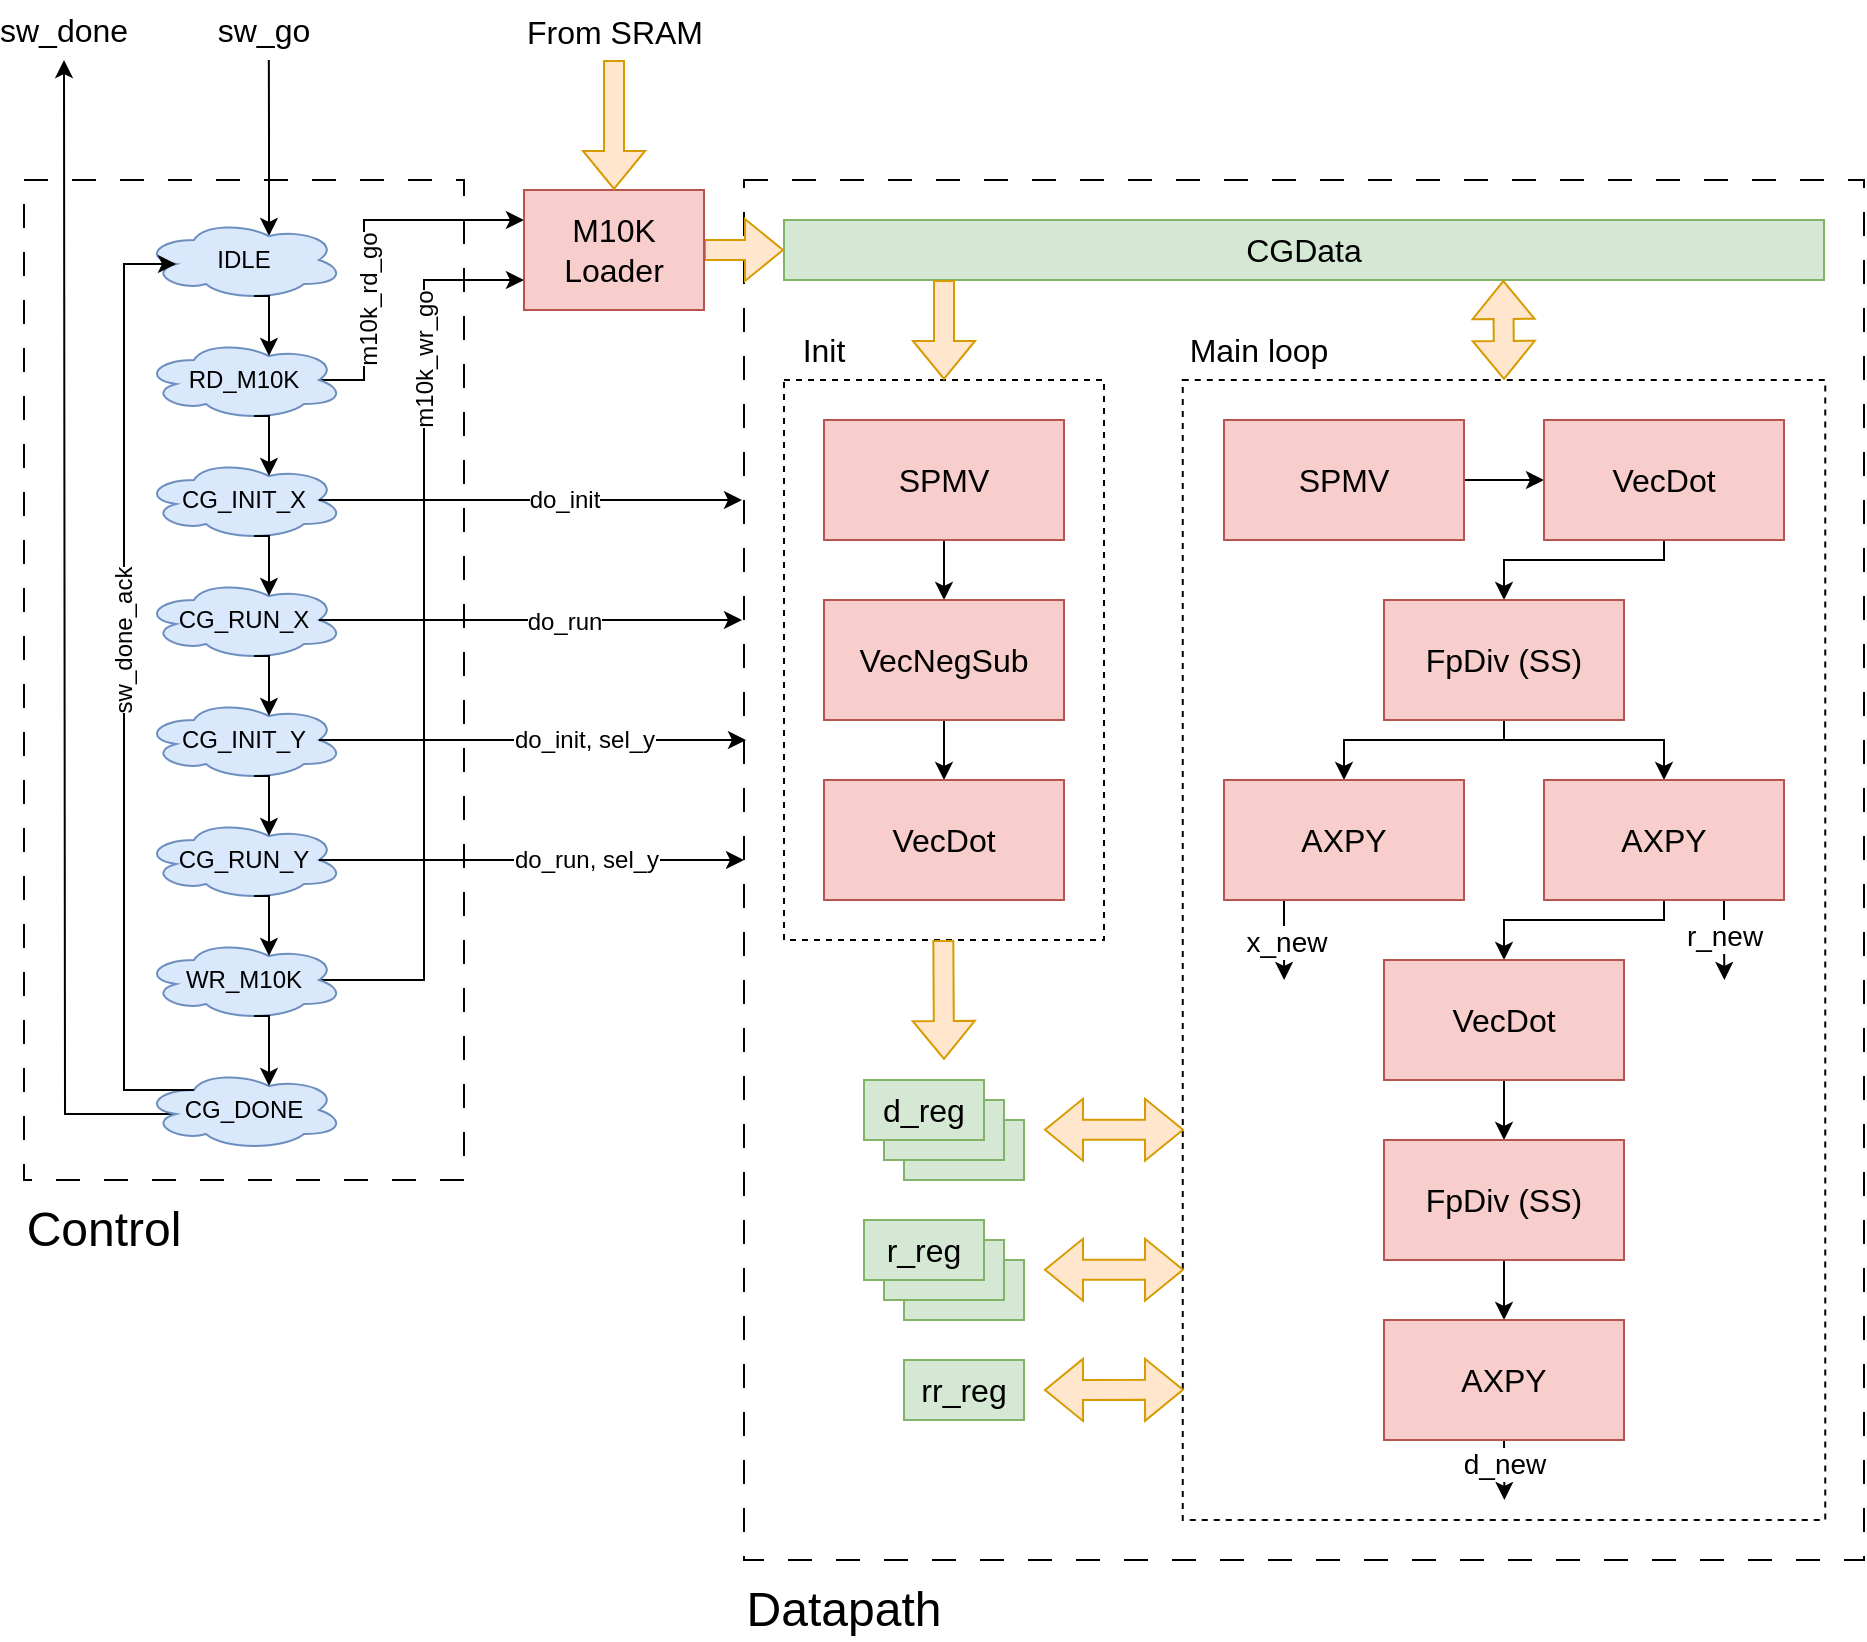
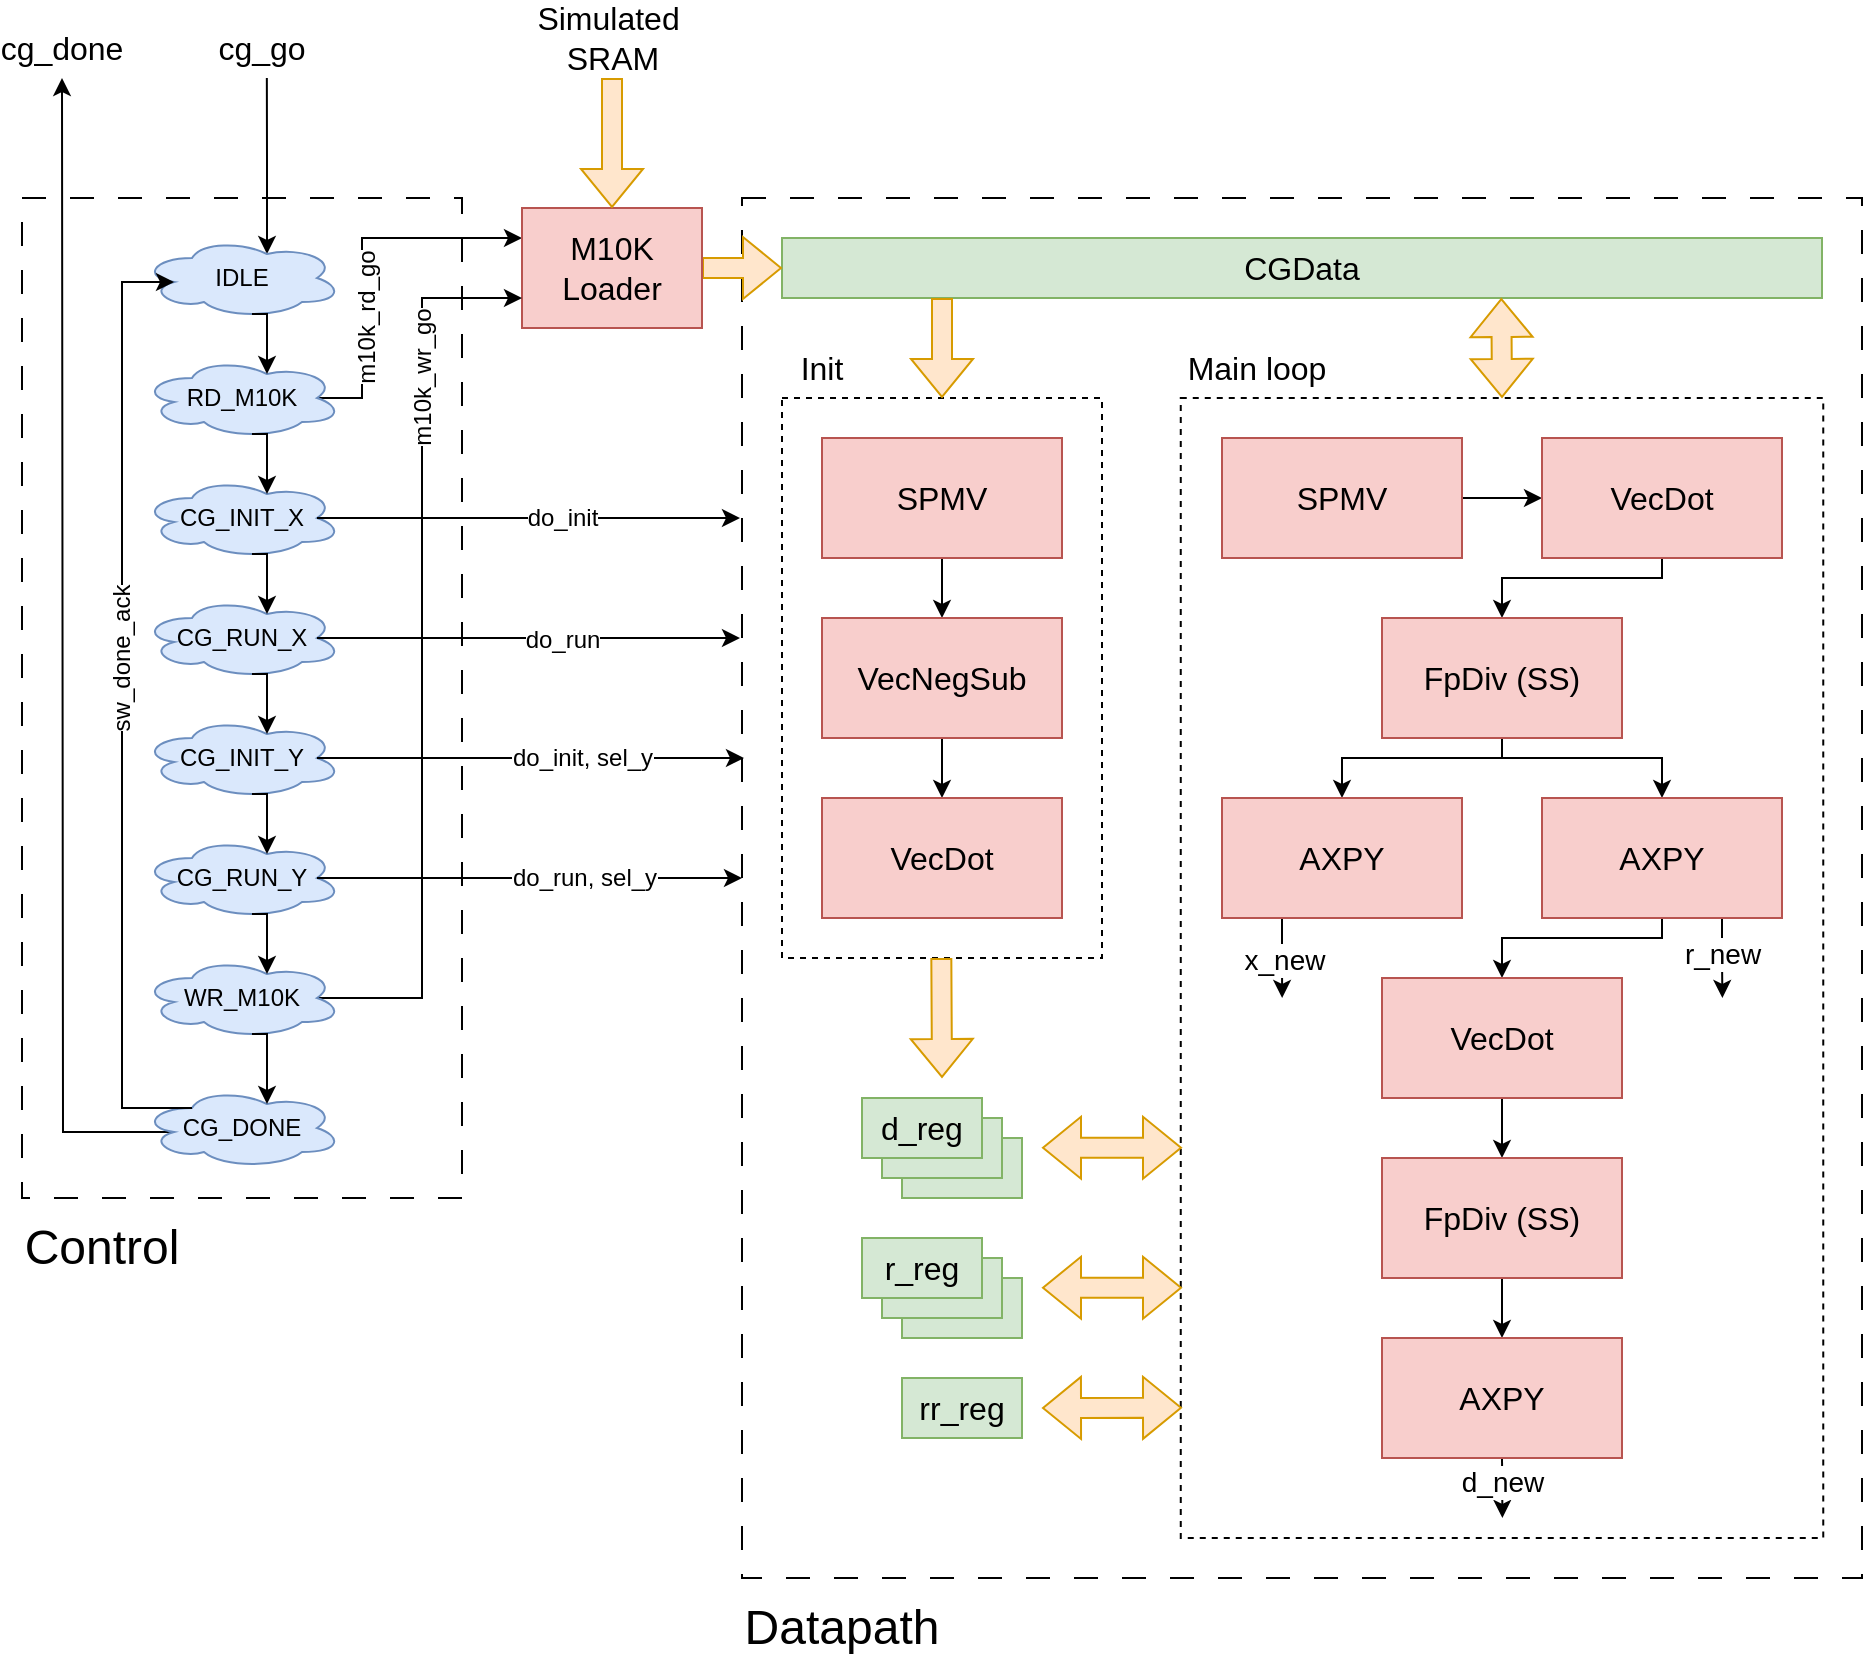
<mxfile host="Electron">
  <diagram name="Page-1" id="m9CEYdGCzn241mjk4a8O">
-     <mxGraphModel dx="2191" dy="936" grid="1" gridSize="10" guides="1" tooltips="1" connect="1" arrows="1" fold="1" page="1" pageScale="1" pageWidth="850" pageHeight="1100" math="0" shadow="0">
+     <mxGraphModel dx="2028" dy="730" grid="1" gridSize="10" guides="1" tooltips="1" connect="1" arrows="1" fold="1" page="1" pageScale="1" pageWidth="850" pageHeight="1100" math="0" shadow="0">
      <root>
        <mxCell id="0" />
        <mxCell id="1" parent="0" />
        <mxCell id="JiA9yfI0fyK68gM9P8Rb-124" parent="1" style="rounded=0;whiteSpace=wrap;html=1;dashed=1;strokeColor=default;align=center;verticalAlign=middle;fontFamily=Helvetica;fontSize=12;fontColor=default;resizable=1;fillColor=none;dashPattern=12 12;" value="" vertex="1">
          <mxGeometry height="500" width="220" x="-180" y="300" as="geometry" />
        </mxCell>
        <mxCell id="JiA9yfI0fyK68gM9P8Rb-93" parent="1" style="rounded=0;whiteSpace=wrap;html=1;dashed=1;strokeColor=default;align=center;verticalAlign=middle;fontFamily=Helvetica;fontSize=12;fontColor=default;resizable=1;fillColor=none;dashPattern=12 12;" value="" vertex="1">
          <mxGeometry height="690" width="560" x="180" y="300" as="geometry" />
        </mxCell>
        <mxCell id="JiA9yfI0fyK68gM9P8Rb-68" parent="1" style="rounded=0;whiteSpace=wrap;html=1;fillColor=none;dashed=1;movable=1;resizable=1;rotatable=1;deletable=1;editable=1;locked=0;connectable=1;" value="" vertex="1">
          <mxGeometry height="570" width="321.25" x="399.38" y="400" as="geometry" />
        </mxCell>
        <mxCell id="JiA9yfI0fyK68gM9P8Rb-58" parent="1" style="rounded=0;whiteSpace=wrap;html=1;fillColor=#d5e8d4;strokeColor=#82b366;" value="" vertex="1">
          <mxGeometry height="30" width="60" x="260" y="840" as="geometry" />
        </mxCell>
        <mxCell id="JiA9yfI0fyK68gM9P8Rb-57" parent="1" style="rounded=0;whiteSpace=wrap;html=1;fillColor=#d5e8d4;strokeColor=#82b366;" value="" vertex="1">
          <mxGeometry height="30" width="60" x="250" y="830" as="geometry" />
        </mxCell>
        <mxCell id="JiA9yfI0fyK68gM9P8Rb-55" parent="1" style="rounded=0;whiteSpace=wrap;html=1;fillColor=#d5e8d4;strokeColor=#82b366;" value="" vertex="1">
          <mxGeometry height="30" width="60" x="260" y="770" as="geometry" />
        </mxCell>
        <mxCell id="JiA9yfI0fyK68gM9P8Rb-53" parent="1" style="rounded=0;whiteSpace=wrap;html=1;fillColor=#d5e8d4;strokeColor=#82b366;" value="" vertex="1">
          <mxGeometry height="30" width="60" x="250" y="760" as="geometry" />
        </mxCell>
        <mxCell id="JiA9yfI0fyK68gM9P8Rb-49" parent="1" style="rounded=0;whiteSpace=wrap;html=1;fillColor=none;dashed=1;" value="" vertex="1">
          <mxGeometry height="280" width="160" x="200" y="400" as="geometry" />
        </mxCell>
        <mxCell id="JiA9yfI0fyK68gM9P8Rb-74" edge="1" parent="1" source="JiA9yfI0fyK68gM9P8Rb-1" style="edgeStyle=orthogonalEdgeStyle;rounded=0;orthogonalLoop=1;jettySize=auto;html=1;exitX=0.5;exitY=1;exitDx=0;exitDy=0;entryX=0.5;entryY=0;entryDx=0;entryDy=0;" target="JiA9yfI0fyK68gM9P8Rb-2">
          <mxGeometry relative="1" as="geometry" />
        </mxCell>
        <mxCell id="JiA9yfI0fyK68gM9P8Rb-1" parent="1" style="rounded=0;whiteSpace=wrap;html=1;fillColor=#f8cecc;strokeColor=#b85450;" value="&lt;font style=&quot;font-size: 16px;&quot;&gt;SPMV&lt;/font&gt;" vertex="1">
          <mxGeometry height="60" width="120" x="220" y="420" as="geometry" />
        </mxCell>
        <mxCell id="JiA9yfI0fyK68gM9P8Rb-75" edge="1" parent="1" source="JiA9yfI0fyK68gM9P8Rb-2" style="edgeStyle=orthogonalEdgeStyle;rounded=0;orthogonalLoop=1;jettySize=auto;html=1;exitX=0.5;exitY=1;exitDx=0;exitDy=0;entryX=0.5;entryY=0;entryDx=0;entryDy=0;" target="JiA9yfI0fyK68gM9P8Rb-3">
          <mxGeometry relative="1" as="geometry" />
        </mxCell>
        <mxCell id="JiA9yfI0fyK68gM9P8Rb-2" parent="1" style="rounded=0;whiteSpace=wrap;html=1;fillColor=#f8cecc;strokeColor=#b85450;fontSize=16;" value="VecNegSub" vertex="1">
          <mxGeometry height="60" width="120" x="220" y="510" as="geometry" />
        </mxCell>
        <mxCell id="JiA9yfI0fyK68gM9P8Rb-3" parent="1" style="rounded=0;whiteSpace=wrap;html=1;fillColor=#f8cecc;strokeColor=#b85450;fontSize=16;" value="VecDot" vertex="1">
          <mxGeometry height="60" width="120" x="220" y="600" as="geometry" />
        </mxCell>
        <mxCell id="JiA9yfI0fyK68gM9P8Rb-77" edge="1" parent="1" source="JiA9yfI0fyK68gM9P8Rb-4" style="edgeStyle=orthogonalEdgeStyle;rounded=0;orthogonalLoop=1;jettySize=auto;html=1;exitX=1;exitY=0.5;exitDx=0;exitDy=0;entryX=0;entryY=0.5;entryDx=0;entryDy=0;" target="JiA9yfI0fyK68gM9P8Rb-18">
          <mxGeometry relative="1" as="geometry" />
        </mxCell>
        <mxCell id="JiA9yfI0fyK68gM9P8Rb-4" parent="1" style="rounded=0;whiteSpace=wrap;html=1;fillColor=#f8cecc;strokeColor=#b85450;fontSize=16;" value="SPMV" vertex="1">
          <mxGeometry height="60" width="120" x="420" y="420" as="geometry" />
        </mxCell>
        <mxCell id="JiA9yfI0fyK68gM9P8Rb-5" parent="1" style="rounded=0;whiteSpace=wrap;html=1;fillColor=#d5e8d4;strokeColor=#82b366;" value="&lt;font style=&quot;font-size: 16px;&quot;&gt;CGData&lt;/font&gt;" vertex="1">
          <mxGeometry height="30" width="520" x="200" y="320" as="geometry" />
        </mxCell>
        <mxCell id="JiA9yfI0fyK68gM9P8Rb-78" edge="1" parent="1" source="JiA9yfI0fyK68gM9P8Rb-18" style="edgeStyle=orthogonalEdgeStyle;rounded=0;orthogonalLoop=1;jettySize=auto;html=1;exitX=0.5;exitY=1;exitDx=0;exitDy=0;entryX=0.5;entryY=0;entryDx=0;entryDy=0;" target="JiA9yfI0fyK68gM9P8Rb-23">
          <mxGeometry relative="1" as="geometry">
            <Array as="points">
              <mxPoint x="640" y="490" />
              <mxPoint x="560" y="490" />
            </Array>
          </mxGeometry>
        </mxCell>
        <mxCell id="JiA9yfI0fyK68gM9P8Rb-18" parent="1" style="rounded=0;whiteSpace=wrap;html=1;fillColor=#f8cecc;strokeColor=#b85450;fontSize=16;" value="VecDot" vertex="1">
          <mxGeometry height="60" width="120" x="580" y="420" as="geometry" />
        </mxCell>
        <mxCell id="JiA9yfI0fyK68gM9P8Rb-79" edge="1" parent="1" source="JiA9yfI0fyK68gM9P8Rb-23" style="edgeStyle=orthogonalEdgeStyle;rounded=0;orthogonalLoop=1;jettySize=auto;html=1;exitX=0.5;exitY=1;exitDx=0;exitDy=0;entryX=0.5;entryY=0;entryDx=0;entryDy=0;" target="JiA9yfI0fyK68gM9P8Rb-32">
          <mxGeometry relative="1" as="geometry">
            <Array as="points">
              <mxPoint x="560" y="580" />
              <mxPoint x="480" y="580" />
            </Array>
          </mxGeometry>
        </mxCell>
        <mxCell id="JiA9yfI0fyK68gM9P8Rb-80" edge="1" parent="1" source="JiA9yfI0fyK68gM9P8Rb-23" style="edgeStyle=orthogonalEdgeStyle;rounded=0;orthogonalLoop=1;jettySize=auto;html=1;exitX=0.5;exitY=1;exitDx=0;exitDy=0;entryX=0.5;entryY=0;entryDx=0;entryDy=0;" target="JiA9yfI0fyK68gM9P8Rb-62">
          <mxGeometry relative="1" as="geometry">
            <Array as="points">
              <mxPoint x="560" y="580" />
              <mxPoint x="640" y="580" />
            </Array>
          </mxGeometry>
        </mxCell>
        <mxCell id="JiA9yfI0fyK68gM9P8Rb-23" parent="1" style="rounded=0;whiteSpace=wrap;html=1;fillColor=#f8cecc;strokeColor=#b85450;fontSize=16;" value="FpDiv (SS)" vertex="1">
          <mxGeometry height="60" width="120" x="500" y="510" as="geometry" />
        </mxCell>
        <mxCell id="JiA9yfI0fyK68gM9P8Rb-86" edge="1" parent="1" source="JiA9yfI0fyK68gM9P8Rb-32" style="edgeStyle=orthogonalEdgeStyle;rounded=0;orthogonalLoop=1;jettySize=auto;html=1;exitX=0.25;exitY=1;exitDx=0;exitDy=0;">
          <mxGeometry relative="1" as="geometry">
            <mxPoint x="450.06976744186045" y="700" as="targetPoint" />
          </mxGeometry>
        </mxCell>
        <mxCell id="JiA9yfI0fyK68gM9P8Rb-87" connectable="0" parent="JiA9yfI0fyK68gM9P8Rb-86" style="edgeLabel;html=1;align=center;verticalAlign=middle;resizable=0;points=[];fontSize=14;" value="x_new" vertex="1">
          <mxGeometry relative="1" x="0.0696" as="geometry">
            <mxPoint as="offset" />
          </mxGeometry>
        </mxCell>
        <mxCell id="JiA9yfI0fyK68gM9P8Rb-32" parent="1" style="rounded=0;whiteSpace=wrap;html=1;fillColor=#f8cecc;strokeColor=#b85450;fontSize=16;" value="AXPY" vertex="1">
          <mxGeometry height="60" width="120" x="420" y="600" as="geometry" />
        </mxCell>
        <mxCell id="JiA9yfI0fyK68gM9P8Rb-42" parent="1" style="rounded=0;whiteSpace=wrap;html=1;fillColor=#d5e8d4;strokeColor=#82b366;fontSize=16;" value="d_reg" vertex="1">
          <mxGeometry height="30" width="60" x="240" y="750" as="geometry" />
        </mxCell>
        <mxCell id="JiA9yfI0fyK68gM9P8Rb-44" parent="1" style="rounded=0;whiteSpace=wrap;html=1;fillColor=#d5e8d4;strokeColor=#82b366;fontSize=16;" value="r_reg" vertex="1">
          <mxGeometry height="30" width="60" x="240" y="820" as="geometry" />
        </mxCell>
        <mxCell id="JiA9yfI0fyK68gM9P8Rb-50" parent="1" style="text;html=1;whiteSpace=wrap;strokeColor=none;fillColor=none;align=center;verticalAlign=middle;rounded=0;rotation=0;" value="&lt;font style=&quot;font-size: 16px;&quot;&gt;Init&lt;/font&gt;" vertex="1">
          <mxGeometry height="30" width="60" x="190" y="370" as="geometry" />
        </mxCell>
        <mxCell id="JiA9yfI0fyK68gM9P8Rb-51" edge="1" parent="1" style="shape=flexArrow;endArrow=classic;html=1;rounded=0;fillColor=#ffe6cc;strokeColor=#d79b00;" value="">
          <mxGeometry height="50" relative="1" width="50" as="geometry">
            <mxPoint x="280" y="350" as="sourcePoint" />
            <mxPoint x="280" y="400" as="targetPoint" />
          </mxGeometry>
        </mxCell>
        <mxCell id="JiA9yfI0fyK68gM9P8Rb-52" parent="1" style="rounded=0;whiteSpace=wrap;html=1;fillColor=#d5e8d4;strokeColor=#82b366;fontSize=16;" value="rr_reg" vertex="1">
          <mxGeometry height="30" width="60" x="260" y="890" as="geometry" />
        </mxCell>
        <mxCell id="JiA9yfI0fyK68gM9P8Rb-81" edge="1" parent="1" source="JiA9yfI0fyK68gM9P8Rb-62" style="edgeStyle=orthogonalEdgeStyle;rounded=0;orthogonalLoop=1;jettySize=auto;html=1;exitX=0.5;exitY=1;exitDx=0;exitDy=0;entryX=0.5;entryY=0;entryDx=0;entryDy=0;" target="JiA9yfI0fyK68gM9P8Rb-63">
          <mxGeometry relative="1" as="geometry">
            <Array as="points">
              <mxPoint x="640" y="670" />
              <mxPoint x="560" y="670" />
            </Array>
          </mxGeometry>
        </mxCell>
        <mxCell id="JiA9yfI0fyK68gM9P8Rb-88" edge="1" parent="1" source="JiA9yfI0fyK68gM9P8Rb-62" style="edgeStyle=orthogonalEdgeStyle;rounded=0;orthogonalLoop=1;jettySize=auto;html=1;exitX=0.75;exitY=1;exitDx=0;exitDy=0;">
          <mxGeometry relative="1" as="geometry">
            <mxPoint x="670.2" y="700" as="targetPoint" />
          </mxGeometry>
        </mxCell>
        <mxCell id="JiA9yfI0fyK68gM9P8Rb-89" connectable="0" parent="JiA9yfI0fyK68gM9P8Rb-88" style="edgeLabel;html=1;align=center;verticalAlign=middle;resizable=0;points=[];fontSize=14;" value="r_new" vertex="1">
          <mxGeometry relative="1" x="-0.1164" as="geometry">
            <mxPoint as="offset" />
          </mxGeometry>
        </mxCell>
        <mxCell id="JiA9yfI0fyK68gM9P8Rb-62" parent="1" style="rounded=0;whiteSpace=wrap;html=1;fillColor=#f8cecc;strokeColor=#b85450;fontSize=16;" value="AXPY" vertex="1">
          <mxGeometry height="60" width="120" x="580" y="600" as="geometry" />
        </mxCell>
        <mxCell id="JiA9yfI0fyK68gM9P8Rb-82" edge="1" parent="1" source="JiA9yfI0fyK68gM9P8Rb-63" style="edgeStyle=orthogonalEdgeStyle;rounded=0;orthogonalLoop=1;jettySize=auto;html=1;exitX=0.5;exitY=1;exitDx=0;exitDy=0;entryX=0.5;entryY=0;entryDx=0;entryDy=0;" target="JiA9yfI0fyK68gM9P8Rb-64">
          <mxGeometry relative="1" as="geometry" />
        </mxCell>
        <mxCell id="JiA9yfI0fyK68gM9P8Rb-63" parent="1" style="rounded=0;whiteSpace=wrap;html=1;fillColor=#f8cecc;strokeColor=#b85450;fontSize=16;" value="VecDot" vertex="1">
          <mxGeometry height="60" width="120" x="500" y="690" as="geometry" />
        </mxCell>
        <mxCell id="JiA9yfI0fyK68gM9P8Rb-83" edge="1" parent="1" source="JiA9yfI0fyK68gM9P8Rb-64" style="edgeStyle=orthogonalEdgeStyle;rounded=0;orthogonalLoop=1;jettySize=auto;html=1;exitX=0.5;exitY=1;exitDx=0;exitDy=0;entryX=0.5;entryY=0;entryDx=0;entryDy=0;" target="JiA9yfI0fyK68gM9P8Rb-65">
          <mxGeometry relative="1" as="geometry" />
        </mxCell>
        <mxCell id="JiA9yfI0fyK68gM9P8Rb-64" parent="1" style="rounded=0;whiteSpace=wrap;html=1;fillColor=#f8cecc;strokeColor=#b85450;fontSize=16;" value="FpDiv (SS)" vertex="1">
          <mxGeometry height="60" width="120" x="500" y="780" as="geometry" />
        </mxCell>
        <mxCell id="JiA9yfI0fyK68gM9P8Rb-90" edge="1" parent="1" source="JiA9yfI0fyK68gM9P8Rb-65" style="edgeStyle=orthogonalEdgeStyle;rounded=0;orthogonalLoop=1;jettySize=auto;html=1;exitX=0.5;exitY=1;exitDx=0;exitDy=0;">
          <mxGeometry relative="1" as="geometry">
            <mxPoint x="560.2" y="960" as="targetPoint" />
          </mxGeometry>
        </mxCell>
        <mxCell id="JiA9yfI0fyK68gM9P8Rb-91" connectable="0" parent="JiA9yfI0fyK68gM9P8Rb-90" style="edgeLabel;html=1;align=center;verticalAlign=middle;resizable=0;points=[];fontSize=14;" value="d_new" vertex="1">
          <mxGeometry relative="1" x="-0.2269" as="geometry">
            <mxPoint as="offset" />
          </mxGeometry>
        </mxCell>
        <mxCell id="JiA9yfI0fyK68gM9P8Rb-65" parent="1" style="rounded=0;whiteSpace=wrap;html=1;fillColor=#f8cecc;strokeColor=#b85450;fontSize=16;" value="AXPY" vertex="1">
          <mxGeometry height="60" width="120" x="500" y="870" as="geometry" />
        </mxCell>
        <mxCell id="JiA9yfI0fyK68gM9P8Rb-66" edge="1" parent="1" style="shape=flexArrow;endArrow=classic;html=1;rounded=0;fillColor=#ffe6cc;strokeColor=#d79b00;" value="">
          <mxGeometry height="50" relative="1" width="50" as="geometry">
            <mxPoint x="279.6600000000001" y="680" as="sourcePoint" />
            <mxPoint x="280" y="740" as="targetPoint" />
          </mxGeometry>
        </mxCell>
        <mxCell id="JiA9yfI0fyK68gM9P8Rb-67" edge="1" parent="1" style="shape=flexArrow;endArrow=classic;html=1;rounded=0;entryX=0.5;entryY=0;entryDx=0;entryDy=0;fillColor=#ffe6cc;strokeColor=#d79b00;startArrow=classic;startFill=1;" value="">
          <mxGeometry height="50" relative="1" width="50" as="geometry">
            <mxPoint x="559.66" y="350" as="sourcePoint" />
            <mxPoint x="560" y="400" as="targetPoint" />
          </mxGeometry>
        </mxCell>
        <mxCell id="JiA9yfI0fyK68gM9P8Rb-70" edge="1" parent="1" style="shape=flexArrow;endArrow=classic;html=1;rounded=0;fillColor=#ffe6cc;strokeColor=#d79b00;startArrow=classic;startFill=1;" value="">
          <mxGeometry height="50" relative="1" width="50" as="geometry">
            <mxPoint x="330" y="774.88" as="sourcePoint" />
            <mxPoint x="400" y="774.88" as="targetPoint" />
          </mxGeometry>
        </mxCell>
        <mxCell id="JiA9yfI0fyK68gM9P8Rb-71" edge="1" parent="1" style="shape=flexArrow;endArrow=classic;html=1;rounded=0;fillColor=#ffe6cc;strokeColor=#d79b00;startArrow=classic;startFill=1;" value="">
          <mxGeometry height="50" relative="1" width="50" as="geometry">
            <mxPoint x="330" y="844.88" as="sourcePoint" />
            <mxPoint x="400" y="844.88" as="targetPoint" />
          </mxGeometry>
        </mxCell>
        <mxCell id="JiA9yfI0fyK68gM9P8Rb-72" edge="1" parent="1" style="shape=flexArrow;endArrow=classic;html=1;rounded=0;fillColor=#ffe6cc;strokeColor=#d79b00;startArrow=classic;startFill=1;" value="">
          <mxGeometry height="50" relative="1" width="50" as="geometry">
            <mxPoint x="330" y="905" as="sourcePoint" />
            <mxPoint x="400" y="904.88" as="targetPoint" />
          </mxGeometry>
        </mxCell>
        <mxCell id="JiA9yfI0fyK68gM9P8Rb-92" parent="1" style="text;html=1;whiteSpace=wrap;strokeColor=none;fillColor=none;align=center;verticalAlign=middle;rounded=0;rotation=0;" value="&lt;font style=&quot;font-size: 16px;&quot;&gt;Main loop&lt;/font&gt;" vertex="1">
          <mxGeometry height="30" width="85" x="395" y="370" as="geometry" />
        </mxCell>
        <mxCell id="JiA9yfI0fyK68gM9P8Rb-122" edge="1" parent="1" source="JiA9yfI0fyK68gM9P8Rb-95" style="edgeStyle=orthogonalEdgeStyle;rounded=0;orthogonalLoop=1;jettySize=auto;html=1;exitX=0.625;exitY=0.2;exitDx=0;exitDy=0;exitPerimeter=0;fontFamily=Helvetica;fontSize=12;fontColor=default;resizable=1;startArrow=classic;startFill=1;endArrow=none;endFill=0;">
          <mxGeometry relative="1" as="geometry">
            <mxPoint x="-57.58064516129048" y="240" as="targetPoint" />
          </mxGeometry>
        </mxCell>
        <mxCell id="JiA9yfI0fyK68gM9P8Rb-95" parent="1" style="ellipse;shape=cloud;whiteSpace=wrap;html=1;rounded=0;strokeColor=#6c8ebf;align=center;verticalAlign=middle;fontFamily=Helvetica;fontSize=12;resizable=1;fillColor=#dae8fc;" value="IDLE" vertex="1">
          <mxGeometry height="40" width="100" x="-120" y="320" as="geometry" />
        </mxCell>
        <mxCell id="JiA9yfI0fyK68gM9P8Rb-108" edge="1" parent="1" source="JiA9yfI0fyK68gM9P8Rb-96" style="edgeStyle=orthogonalEdgeStyle;rounded=0;orthogonalLoop=1;jettySize=auto;html=1;exitX=0.875;exitY=0.5;exitDx=0;exitDy=0;exitPerimeter=0;entryX=0;entryY=0.25;entryDx=0;entryDy=0;fontFamily=Helvetica;fontSize=12;fontColor=default;resizable=1;" target="JiA9yfI0fyK68gM9P8Rb-98">
          <mxGeometry relative="1" as="geometry">
            <Array as="points">
              <mxPoint x="-10" y="400" />
              <mxPoint x="-10" y="320" />
            </Array>
          </mxGeometry>
        </mxCell>
        <mxCell id="JiA9yfI0fyK68gM9P8Rb-109" connectable="0" parent="JiA9yfI0fyK68gM9P8Rb-108" style="edgeLabel;html=1;align=center;verticalAlign=middle;resizable=0;points=[];rounded=0;strokeColor=default;fontFamily=Helvetica;fontSize=12;fontColor=default;fillColor=default;rotation=-90;" value="m10k_rd_go" vertex="1">
          <mxGeometry relative="1" x="0.1464" as="geometry">
            <mxPoint y="40" as="offset" />
          </mxGeometry>
        </mxCell>
        <mxCell id="JiA9yfI0fyK68gM9P8Rb-96" parent="1" style="ellipse;shape=cloud;whiteSpace=wrap;html=1;rounded=0;strokeColor=#6c8ebf;align=center;verticalAlign=middle;fontFamily=Helvetica;fontSize=12;resizable=1;fillColor=#dae8fc;" value="RD_M10K" vertex="1">
          <mxGeometry height="40" width="100" x="-120" y="380" as="geometry" />
        </mxCell>
        <mxCell id="JiA9yfI0fyK68gM9P8Rb-97" edge="1" parent="1" source="JiA9yfI0fyK68gM9P8Rb-98" style="shape=flexArrow;endArrow=classic;html=1;rounded=0;fontFamily=Helvetica;fontSize=12;fontColor=default;resizable=1;entryX=0;entryY=0.5;entryDx=0;entryDy=0;fillColor=#ffe6cc;strokeColor=#d79b00;exitX=1;exitY=0.5;exitDx=0;exitDy=0;" target="JiA9yfI0fyK68gM9P8Rb-5" value="">
          <mxGeometry height="50" relative="1" width="50" as="geometry">
            <mxPoint x="110" y="335" as="sourcePoint" />
            <mxPoint x="130" y="360" as="targetPoint" />
          </mxGeometry>
        </mxCell>
        <mxCell id="JiA9yfI0fyK68gM9P8Rb-98" parent="1" style="rounded=0;whiteSpace=wrap;html=1;strokeColor=#b85450;align=center;verticalAlign=middle;fontFamily=Helvetica;fontSize=12;resizable=1;fillColor=#f8cecc;" value="&lt;font style=&quot;font-size: 16px;&quot;&gt;M10K&lt;/font&gt;&lt;div&gt;&lt;font style=&quot;font-size: 16px;&quot;&gt;Loader&lt;/font&gt;&lt;/div&gt;" vertex="1">
          <mxGeometry height="60" width="90" x="70" y="305" as="geometry" />
        </mxCell>
        <mxCell id="JiA9yfI0fyK68gM9P8Rb-99" edge="1" parent="1" style="shape=flexArrow;endArrow=classic;html=1;rounded=0;fontFamily=Helvetica;fontSize=12;fontColor=default;resizable=1;entryX=0.5;entryY=0;entryDx=0;entryDy=0;fillColor=#ffe6cc;strokeColor=#d79b00;" target="JiA9yfI0fyK68gM9P8Rb-98" value="">
          <mxGeometry height="50" relative="1" width="50" as="geometry">
            <mxPoint x="115" y="240" as="sourcePoint" />
            <mxPoint x="90" y="230" as="targetPoint" />
          </mxGeometry>
        </mxCell>
-         <mxCell id="JiA9yfI0fyK68gM9P8Rb-100" connectable="0" parent="JiA9yfI0fyK68gM9P8Rb-99" style="edgeLabel;html=1;align=center;verticalAlign=middle;resizable=0;points=[];rounded=0;strokeColor=default;fontFamily=Helvetica;fontSize=16;fontColor=default;fillColor=default;" value="From SRAM" vertex="1">
+         <mxCell id="JiA9yfI0fyK68gM9P8Rb-100" connectable="0" parent="JiA9yfI0fyK68gM9P8Rb-99" style="edgeLabel;html=1;align=center;verticalAlign=middle;resizable=0;points=[];rounded=0;strokeColor=default;fontFamily=Helvetica;fontSize=16;fontColor=default;fillColor=default;" value="Simulated&amp;nbsp;&lt;div&gt;SRAM&lt;/div&gt;" vertex="1">
          <mxGeometry relative="1" x="-0.5807" y="-2" as="geometry">
-             <mxPoint x="2" y="-28" as="offset" />
+             <mxPoint x="2" y="-34" as="offset" />
          </mxGeometry>
        </mxCell>
        <mxCell id="JiA9yfI0fyK68gM9P8Rb-101" parent="1" style="ellipse;shape=cloud;whiteSpace=wrap;html=1;rounded=0;strokeColor=#6c8ebf;align=center;verticalAlign=middle;fontFamily=Helvetica;fontSize=12;resizable=1;fillColor=#dae8fc;" value="CG_INIT_X" vertex="1">
          <mxGeometry height="40" width="100" x="-120" y="440" as="geometry" />
        </mxCell>
        <mxCell id="JiA9yfI0fyK68gM9P8Rb-102" parent="1" style="ellipse;shape=cloud;whiteSpace=wrap;html=1;rounded=0;strokeColor=#6c8ebf;align=center;verticalAlign=middle;fontFamily=Helvetica;fontSize=12;resizable=1;fillColor=#dae8fc;" value="CG_RUN_X" vertex="1">
          <mxGeometry height="40" width="100" x="-120" y="500" as="geometry" />
        </mxCell>
        <mxCell id="JiA9yfI0fyK68gM9P8Rb-103" parent="1" style="ellipse;shape=cloud;whiteSpace=wrap;html=1;rounded=0;strokeColor=#6c8ebf;align=center;verticalAlign=middle;fontFamily=Helvetica;fontSize=12;resizable=1;fillColor=#dae8fc;" value="CG_RUN_Y" vertex="1">
          <mxGeometry height="40" width="100" x="-120" y="620" as="geometry" />
        </mxCell>
        <mxCell id="JiA9yfI0fyK68gM9P8Rb-104" parent="1" style="ellipse;shape=cloud;whiteSpace=wrap;html=1;rounded=0;strokeColor=#6c8ebf;align=center;verticalAlign=middle;fontFamily=Helvetica;fontSize=12;resizable=1;fillColor=#dae8fc;" value="CG_INIT_Y" vertex="1">
          <mxGeometry height="40" width="100" x="-120" y="560" as="geometry" />
        </mxCell>
        <mxCell id="JiA9yfI0fyK68gM9P8Rb-112" edge="1" parent="1" source="JiA9yfI0fyK68gM9P8Rb-105" style="edgeStyle=orthogonalEdgeStyle;rounded=0;orthogonalLoop=1;jettySize=auto;html=1;exitX=0.16;exitY=0.55;exitDx=0;exitDy=0;exitPerimeter=0;fontFamily=Helvetica;fontSize=12;fontColor=default;resizable=1;">
          <mxGeometry relative="1" as="geometry">
            <mxPoint x="-160" y="240" as="targetPoint" />
          </mxGeometry>
        </mxCell>
        <mxCell id="JiA9yfI0fyK68gM9P8Rb-105" parent="1" style="ellipse;shape=cloud;whiteSpace=wrap;html=1;rounded=0;strokeColor=#6c8ebf;align=center;verticalAlign=middle;fontFamily=Helvetica;fontSize=12;resizable=1;fillColor=#dae8fc;" value="CG_DONE" vertex="1">
          <mxGeometry height="40" width="100" x="-120" y="745" as="geometry" />
        </mxCell>
        <mxCell id="JiA9yfI0fyK68gM9P8Rb-110" edge="1" parent="1" source="JiA9yfI0fyK68gM9P8Rb-107" style="edgeStyle=orthogonalEdgeStyle;rounded=0;orthogonalLoop=1;jettySize=auto;html=1;exitX=0.875;exitY=0.5;exitDx=0;exitDy=0;exitPerimeter=0;entryX=0;entryY=0.75;entryDx=0;entryDy=0;fontFamily=Helvetica;fontSize=12;fontColor=default;resizable=1;" target="JiA9yfI0fyK68gM9P8Rb-98">
          <mxGeometry relative="1" as="geometry">
            <Array as="points">
              <mxPoint x="20" y="700" />
              <mxPoint x="20" y="350" />
            </Array>
          </mxGeometry>
        </mxCell>
        <mxCell id="JiA9yfI0fyK68gM9P8Rb-111" connectable="0" parent="JiA9yfI0fyK68gM9P8Rb-110" style="edgeLabel;html=1;align=center;verticalAlign=middle;resizable=0;points=[];rounded=0;strokeColor=default;fontFamily=Helvetica;fontSize=12;fontColor=default;fillColor=default;rotation=-90;" value="m10k_wr_go" vertex="1">
          <mxGeometry relative="1" x="-0.8203" y="1" as="geometry">
            <mxPoint x="12" y="-309" as="offset" />
          </mxGeometry>
        </mxCell>
        <mxCell id="JiA9yfI0fyK68gM9P8Rb-107" parent="1" style="ellipse;shape=cloud;whiteSpace=wrap;html=1;rounded=0;strokeColor=#6c8ebf;align=center;verticalAlign=middle;fontFamily=Helvetica;fontSize=12;resizable=1;fillColor=#dae8fc;" value="WR_M10K" vertex="1">
          <mxGeometry height="40" width="100" x="-120" y="680" as="geometry" />
        </mxCell>
-         <mxCell id="JiA9yfI0fyK68gM9P8Rb-113" parent="1" style="text;html=1;whiteSpace=wrap;strokeColor=none;fillColor=none;align=center;verticalAlign=middle;rounded=0;fontFamily=Helvetica;fontSize=16;fontColor=default;resizable=1;" value="sw_go" vertex="1">
+         <mxCell id="JiA9yfI0fyK68gM9P8Rb-113" parent="1" style="text;html=1;whiteSpace=wrap;strokeColor=none;fillColor=none;align=center;verticalAlign=middle;rounded=0;fontFamily=Helvetica;fontSize=16;fontColor=default;resizable=1;" value="cg_go" vertex="1">
          <mxGeometry height="30" width="60" x="-90" y="210" as="geometry" />
        </mxCell>
        <mxCell id="JiA9yfI0fyK68gM9P8Rb-114" edge="1" parent="1" source="JiA9yfI0fyK68gM9P8Rb-101" style="edgeStyle=orthogonalEdgeStyle;rounded=0;orthogonalLoop=1;jettySize=auto;html=1;exitX=0.875;exitY=0.5;exitDx=0;exitDy=0;exitPerimeter=0;fontFamily=Helvetica;fontSize=12;fontColor=default;resizable=1;">
          <mxGeometry relative="1" as="geometry">
            <Array as="points">
              <mxPoint x="179" y="460" />
            </Array>
            <mxPoint x="179" y="460" as="targetPoint" />
          </mxGeometry>
        </mxCell>
        <mxCell id="JiA9yfI0fyK68gM9P8Rb-115" connectable="0" parent="JiA9yfI0fyK68gM9P8Rb-114" style="edgeLabel;html=1;align=center;verticalAlign=middle;resizable=0;points=[];rounded=0;strokeColor=default;fontFamily=Helvetica;fontSize=12;fontColor=default;fillColor=default;" value="do_init" vertex="1">
          <mxGeometry relative="1" x="-0.0107" as="geometry">
            <mxPoint x="18" as="offset" />
          </mxGeometry>
        </mxCell>
        <mxCell id="JiA9yfI0fyK68gM9P8Rb-116" edge="1" parent="1" source="JiA9yfI0fyK68gM9P8Rb-102" style="edgeStyle=orthogonalEdgeStyle;rounded=0;orthogonalLoop=1;jettySize=auto;html=1;exitX=0.875;exitY=0.5;exitDx=0;exitDy=0;exitPerimeter=0;fontFamily=Helvetica;fontSize=12;fontColor=default;resizable=1;">
          <mxGeometry relative="1" as="geometry">
            <mxPoint x="179" y="520" as="targetPoint" />
          </mxGeometry>
        </mxCell>
        <mxCell id="JiA9yfI0fyK68gM9P8Rb-117" connectable="0" parent="JiA9yfI0fyK68gM9P8Rb-116" style="edgeLabel;html=1;align=center;verticalAlign=middle;resizable=0;points=[];rounded=0;strokeColor=default;fontFamily=Helvetica;fontSize=12;fontColor=default;fillColor=default;" value="do_run" vertex="1">
          <mxGeometry relative="1" x="0.1293" as="geometry">
            <mxPoint x="3" as="offset" />
          </mxGeometry>
        </mxCell>
        <mxCell id="JiA9yfI0fyK68gM9P8Rb-118" edge="1" parent="1" source="JiA9yfI0fyK68gM9P8Rb-104" style="edgeStyle=orthogonalEdgeStyle;rounded=0;orthogonalLoop=1;jettySize=auto;html=1;exitX=0.875;exitY=0.5;exitDx=0;exitDy=0;exitPerimeter=0;fontFamily=Helvetica;fontSize=12;fontColor=default;resizable=1;">
          <mxGeometry relative="1" as="geometry">
            <Array as="points">
              <mxPoint x="181" y="580" />
            </Array>
            <mxPoint x="181" y="580" as="targetPoint" />
          </mxGeometry>
        </mxCell>
        <mxCell id="JiA9yfI0fyK68gM9P8Rb-119" connectable="0" parent="JiA9yfI0fyK68gM9P8Rb-118" style="edgeLabel;html=1;align=center;verticalAlign=middle;resizable=0;points=[];rounded=0;strokeColor=default;fontFamily=Helvetica;fontSize=12;fontColor=default;fillColor=default;" value="do_init, sel_y" vertex="1">
          <mxGeometry relative="1" x="0.192" y="2" as="geometry">
            <mxPoint x="5" y="2" as="offset" />
          </mxGeometry>
        </mxCell>
        <mxCell id="JiA9yfI0fyK68gM9P8Rb-120" edge="1" parent="1" source="JiA9yfI0fyK68gM9P8Rb-103" style="edgeStyle=orthogonalEdgeStyle;rounded=0;orthogonalLoop=1;jettySize=auto;html=1;exitX=0.875;exitY=0.5;exitDx=0;exitDy=0;exitPerimeter=0;fontFamily=Helvetica;fontSize=12;fontColor=default;resizable=1;">
          <mxGeometry relative="1" as="geometry">
            <Array as="points">
              <mxPoint x="180" y="640" />
            </Array>
            <mxPoint x="180" y="640" as="targetPoint" />
          </mxGeometry>
        </mxCell>
        <mxCell id="JiA9yfI0fyK68gM9P8Rb-121" connectable="0" parent="JiA9yfI0fyK68gM9P8Rb-120" style="edgeLabel;html=1;align=center;verticalAlign=middle;resizable=0;points=[];rounded=0;strokeColor=default;fontFamily=Helvetica;fontSize=12;fontColor=default;fillColor=default;" value="do_run, sel_y" vertex="1">
          <mxGeometry relative="1" x="0.1383" as="geometry">
            <mxPoint x="12" as="offset" />
          </mxGeometry>
        </mxCell>
-         <mxCell id="JiA9yfI0fyK68gM9P8Rb-123" parent="1" style="text;html=1;whiteSpace=wrap;strokeColor=none;fillColor=none;align=center;verticalAlign=middle;rounded=0;fontFamily=Helvetica;fontSize=16;fontColor=default;resizable=1;" value="sw_done" vertex="1">
+         <mxCell id="JiA9yfI0fyK68gM9P8Rb-123" parent="1" style="text;html=1;whiteSpace=wrap;strokeColor=none;fillColor=none;align=center;verticalAlign=middle;rounded=0;fontFamily=Helvetica;fontSize=16;fontColor=default;resizable=1;" value="cg_done" vertex="1">
          <mxGeometry height="30" width="60" x="-190" y="210" as="geometry" />
        </mxCell>
        <mxCell id="JiA9yfI0fyK68gM9P8Rb-125" parent="1" style="text;html=1;whiteSpace=wrap;strokeColor=none;fillColor=none;align=center;verticalAlign=middle;rounded=0;fontFamily=Helvetica;fontSize=12;fontColor=default;resizable=1;" value="&lt;font style=&quot;font-size: 24px;&quot;&gt;Control&lt;/font&gt;" vertex="1">
          <mxGeometry height="30" width="60" x="-170" y="810" as="geometry" />
        </mxCell>
        <mxCell id="JiA9yfI0fyK68gM9P8Rb-126" parent="1" style="text;html=1;whiteSpace=wrap;strokeColor=none;fillColor=none;align=center;verticalAlign=middle;rounded=0;fontFamily=Helvetica;fontSize=12;fontColor=default;resizable=1;" value="&lt;font style=&quot;font-size: 24px;&quot;&gt;Datapath&lt;/font&gt;" vertex="1">
          <mxGeometry height="30" width="60" x="200" y="1000" as="geometry" />
        </mxCell>
        <mxCell id="JiA9yfI0fyK68gM9P8Rb-129" edge="1" parent="1" source="JiA9yfI0fyK68gM9P8Rb-95" style="edgeStyle=orthogonalEdgeStyle;rounded=0;orthogonalLoop=1;jettySize=auto;html=1;exitX=0.55;exitY=0.95;exitDx=0;exitDy=0;exitPerimeter=0;entryX=0.625;entryY=0.2;entryDx=0;entryDy=0;entryPerimeter=0;fontFamily=Helvetica;fontSize=12;fontColor=default;resizable=1;" target="JiA9yfI0fyK68gM9P8Rb-96">
          <mxGeometry relative="1" as="geometry" />
        </mxCell>
        <mxCell id="JiA9yfI0fyK68gM9P8Rb-130" edge="1" parent="1" source="JiA9yfI0fyK68gM9P8Rb-96" style="edgeStyle=orthogonalEdgeStyle;rounded=0;orthogonalLoop=1;jettySize=auto;html=1;exitX=0.55;exitY=0.95;exitDx=0;exitDy=0;exitPerimeter=0;entryX=0.625;entryY=0.2;entryDx=0;entryDy=0;entryPerimeter=0;fontFamily=Helvetica;fontSize=12;fontColor=default;resizable=1;" target="JiA9yfI0fyK68gM9P8Rb-101">
          <mxGeometry relative="1" as="geometry" />
        </mxCell>
        <mxCell id="JiA9yfI0fyK68gM9P8Rb-131" edge="1" parent="1" source="JiA9yfI0fyK68gM9P8Rb-101" style="edgeStyle=orthogonalEdgeStyle;rounded=0;orthogonalLoop=1;jettySize=auto;html=1;exitX=0.55;exitY=0.95;exitDx=0;exitDy=0;exitPerimeter=0;entryX=0.625;entryY=0.2;entryDx=0;entryDy=0;entryPerimeter=0;fontFamily=Helvetica;fontSize=12;fontColor=default;resizable=1;" target="JiA9yfI0fyK68gM9P8Rb-102">
          <mxGeometry relative="1" as="geometry" />
        </mxCell>
        <mxCell id="JiA9yfI0fyK68gM9P8Rb-132" edge="1" parent="1" source="JiA9yfI0fyK68gM9P8Rb-102" style="edgeStyle=orthogonalEdgeStyle;rounded=0;orthogonalLoop=1;jettySize=auto;html=1;exitX=0.55;exitY=0.95;exitDx=0;exitDy=0;exitPerimeter=0;entryX=0.625;entryY=0.2;entryDx=0;entryDy=0;entryPerimeter=0;fontFamily=Helvetica;fontSize=12;fontColor=default;resizable=1;" target="JiA9yfI0fyK68gM9P8Rb-104">
          <mxGeometry relative="1" as="geometry" />
        </mxCell>
        <mxCell id="JiA9yfI0fyK68gM9P8Rb-133" edge="1" parent="1" source="JiA9yfI0fyK68gM9P8Rb-104" style="edgeStyle=orthogonalEdgeStyle;rounded=0;orthogonalLoop=1;jettySize=auto;html=1;exitX=0.55;exitY=0.95;exitDx=0;exitDy=0;exitPerimeter=0;entryX=0.625;entryY=0.2;entryDx=0;entryDy=0;entryPerimeter=0;fontFamily=Helvetica;fontSize=12;fontColor=default;resizable=1;" target="JiA9yfI0fyK68gM9P8Rb-103">
          <mxGeometry relative="1" as="geometry" />
        </mxCell>
        <mxCell id="JiA9yfI0fyK68gM9P8Rb-134" edge="1" parent="1" source="JiA9yfI0fyK68gM9P8Rb-103" style="edgeStyle=orthogonalEdgeStyle;rounded=0;orthogonalLoop=1;jettySize=auto;html=1;exitX=0.55;exitY=0.95;exitDx=0;exitDy=0;exitPerimeter=0;entryX=0.625;entryY=0.2;entryDx=0;entryDy=0;entryPerimeter=0;fontFamily=Helvetica;fontSize=12;fontColor=default;resizable=1;" target="JiA9yfI0fyK68gM9P8Rb-107">
          <mxGeometry relative="1" as="geometry" />
        </mxCell>
        <mxCell id="JiA9yfI0fyK68gM9P8Rb-135" edge="1" parent="1" source="JiA9yfI0fyK68gM9P8Rb-107" style="edgeStyle=orthogonalEdgeStyle;rounded=0;orthogonalLoop=1;jettySize=auto;html=1;exitX=0.55;exitY=0.95;exitDx=0;exitDy=0;exitPerimeter=0;entryX=0.625;entryY=0.2;entryDx=0;entryDy=0;entryPerimeter=0;fontFamily=Helvetica;fontSize=12;fontColor=default;resizable=1;" target="JiA9yfI0fyK68gM9P8Rb-105">
          <mxGeometry relative="1" as="geometry" />
        </mxCell>
        <mxCell id="JiA9yfI0fyK68gM9P8Rb-136" edge="1" parent="1" source="JiA9yfI0fyK68gM9P8Rb-105" style="edgeStyle=orthogonalEdgeStyle;rounded=0;orthogonalLoop=1;jettySize=auto;html=1;exitX=0.25;exitY=0.25;exitDx=0;exitDy=0;exitPerimeter=0;entryX=0.16;entryY=0.55;entryDx=0;entryDy=0;entryPerimeter=0;fontFamily=Helvetica;fontSize=12;fontColor=default;resizable=1;" target="JiA9yfI0fyK68gM9P8Rb-95">
          <mxGeometry relative="1" as="geometry">
            <Array as="points">
              <mxPoint x="-130" y="755" />
              <mxPoint x="-130" y="342" />
            </Array>
          </mxGeometry>
        </mxCell>
        <mxCell id="JiA9yfI0fyK68gM9P8Rb-137" connectable="0" parent="JiA9yfI0fyK68gM9P8Rb-136" style="edgeLabel;html=1;align=center;verticalAlign=middle;resizable=0;points=[];rounded=0;strokeColor=default;fontFamily=Helvetica;fontSize=12;fontColor=default;fillColor=default;rotation=-90;" value="sw_done_ack" vertex="1">
          <mxGeometry relative="1" x="0.217" y="-3" as="geometry">
            <mxPoint x="-3" y="29" as="offset" />
          </mxGeometry>
        </mxCell>
      </root>
    </mxGraphModel>
  </diagram>
</mxfile>
